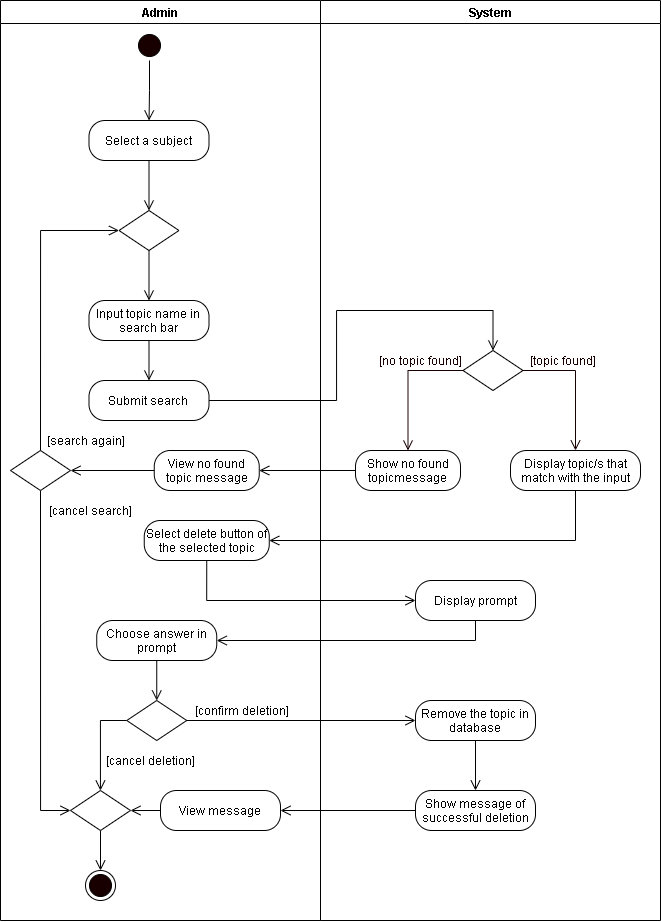
mrklglsn/CAPSTONE-FILES keeps this draw.io diagram as REVISIONS/UML-DIAGRAMS/6-28-2021/ACTIVITY DIAGRAM/18-Delete Topic.png. Above is the earlier version. Source tidied: cells renumbered, new cells last; positions are measured from the earlier drawing's top-left corner, leaving out a move shared by most shapes.
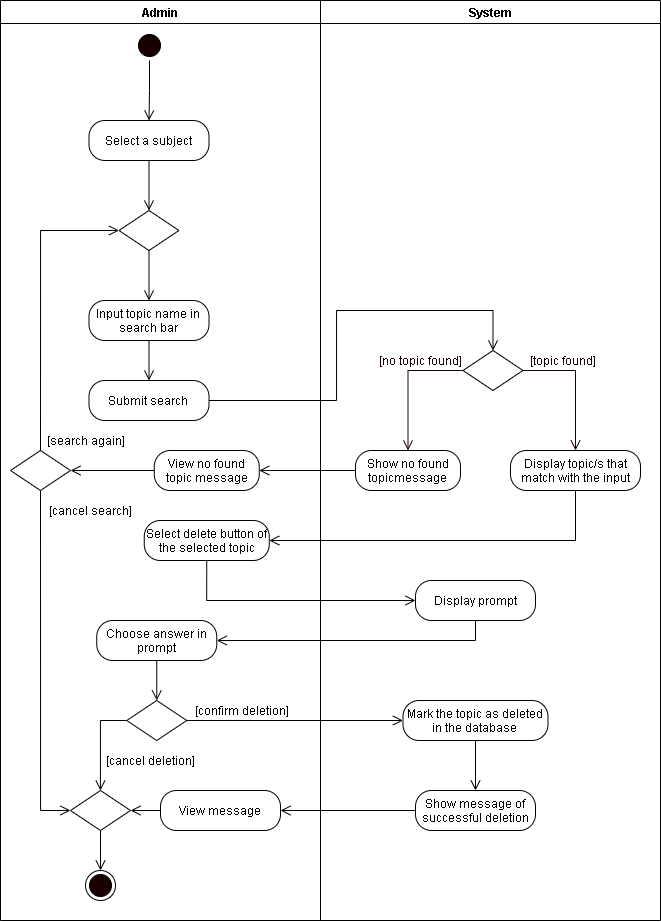
Above is the later version.

What changed in the source:
```diff
@@ -92,8 +92,8 @@
     <mxCell id="31" value="Display prompt" style="rounded=1;whiteSpace=wrap;html=1;arcSize=40;" parent="25" vertex="1">
       <mxGeometry x="95" y="580" width="120" height="40" as="geometry" />
     </mxCell>
-    <mxCell id="32" value="Remove the topic in database" style="rounded=1;whiteSpace=wrap;html=1;arcSize=40;" parent="25" vertex="1">
-      <mxGeometry x="95" y="700" width="120" height="40" as="geometry" />
+    <mxCell id="32" value="Mark the topic as deleted in the database" style="rounded=1;whiteSpace=wrap;html=1;arcSize=40;" parent="25" vertex="1">
+      <mxGeometry x="82.5" y="700" width="145" height="40" as="geometry" />
     </mxCell>
     <mxCell id="33" value="Show message of successful deletion" style="rounded=1;whiteSpace=wrap;html=1;arcSize=40;" parent="25" vertex="1">
       <mxGeometry x="95" y="790" width="120" height="40" as="geometry" />
```
